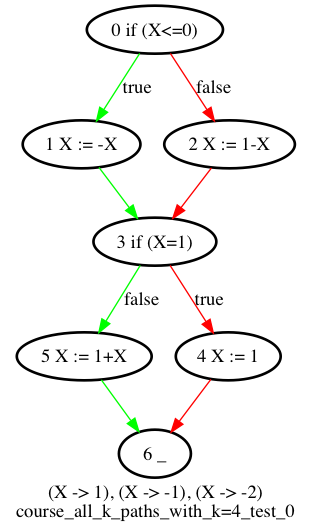
ghigi123/ivf keeps this Graphviz diagram as graphs/course_all_k_paths_with_k=4_test_0.png. Above is the earlier version. Its source is kept beside it as graphs/course_all_k_paths_with_k=4_test_0.dot. Its diagram source:
```dot
digraph "course_all_k_paths_with_k=4_test_0" {
	label = "(X -> 1), (X -> -1), (X -> -2)
course_all_k_paths_with_k=4_test_0"
	"1 X := -X" [style = bold]
	"0 if (X<=0)" -> "1 X := -X" [label = true, color = green]
	"0 if (X<=0)" -> "2 X := 1-X" [label = false, color = red]
	"5 X := 1+X" [style = bold]
	"3 if (X=1)" [style = bold]
	"4 X := 1" [style = bold]
	"6 _" [style = bold]
	"2 X := 1-X" [style = bold]
	"3 if (X=1)" -> "4 X := 1" [label = true, color = red]
	"1 X := -X" -> "3 if (X=1)" [color = green]
	"4 X := 1" -> "6 _" [color = red]
	"0 if (X<=0)" [style = bold]
	"5 X := 1+X" -> "6 _" [color = green]
	"2 X := 1-X" -> "3 if (X=1)" [color = red]
	"3 if (X=1)" -> "5 X := 1+X" [label = false, color = green]
}
```
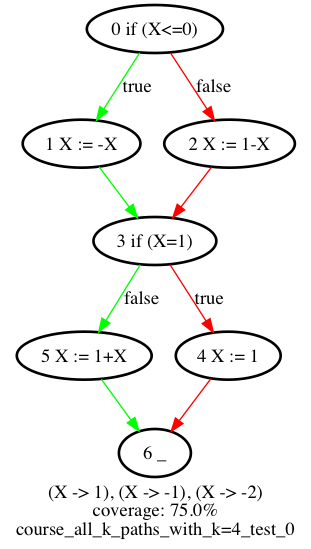
Later version of the same file.

Diff of the diagram source:
```diff
@@ -1,5 +1,6 @@
 digraph "course_all_k_paths_with_k=4_test_0" {
 	label = "(X -> 1), (X -> -1), (X -> -2)
+coverage: 75.0%
 course_all_k_paths_with_k=4_test_0"
 	"1 X := -X" [style = bold]
 	"0 if (X<=0)" -> "1 X := -X" [label = true, color = green]
```
